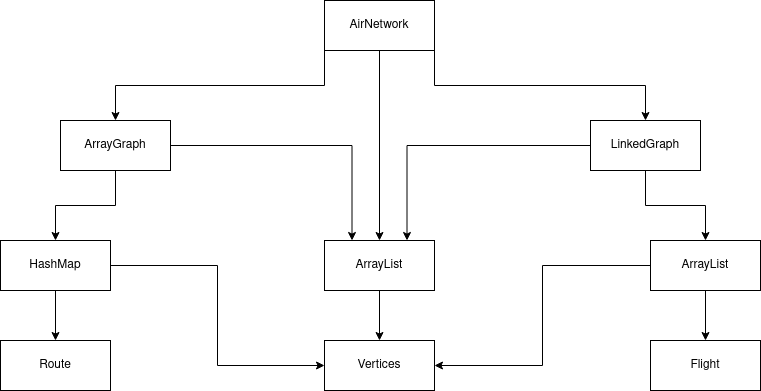
Akles-Camoleze/airport keeps this draw.io diagram as diagram.png. Above is the earlier version. Source tidied: cells renumbered, new cells last; positions are measured from the earlier drawing's top-left corner, leaving out a move shared by most shapes.
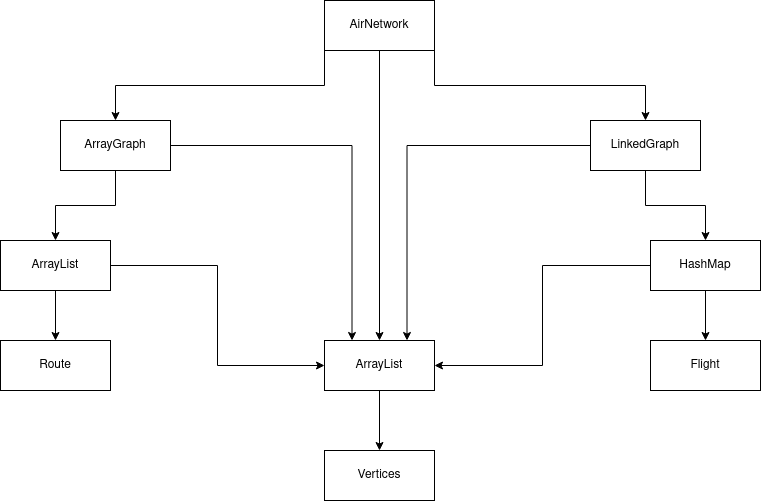
The same diagram one commit later.

What changed in the source:
```diff
@@ -35,23 +35,23 @@
     <mxCell id="12" style="edgeStyle=orthogonalEdgeStyle;rounded=0;jettySize=auto;html=1;exitX=0.5;exitY=1;exitDx=0;exitDy=0;entryX=0.5;entryY=0;entryDx=0;entryDy=0;" parent="1" edge="1" source="14" target="19">
       <mxGeometry relative="1" as="geometry" />
     </mxCell>
-    <mxCell id="13" style="edgeStyle=orthogonalEdgeStyle;rounded=0;jettySize=auto;html=1;entryX=0;entryY=0.5;entryDx=0;entryDy=0;" parent="1" edge="1" source="14" target="18">
+    <mxCell id="13" style="edgeStyle=orthogonalEdgeStyle;rounded=0;jettySize=auto;html=1;entryX=0;entryY=0.5;entryDx=0;entryDy=0;" parent="1" edge="1" source="14" target="22">
       <mxGeometry relative="1" as="geometry" />
     </mxCell>
-    <mxCell id="14" value="HashMap" style="html=1;whiteSpace=wrap;" parent="1" vertex="1">
+    <mxCell id="14" value="ArrayList" style="html=1;whiteSpace=wrap;" parent="1" vertex="1">
       <mxGeometry y="240" width="110" height="50" as="geometry" />
     </mxCell>
     <mxCell id="15" style="edgeStyle=orthogonalEdgeStyle;rounded=0;jettySize=auto;html=1;exitX=0.5;exitY=1;exitDx=0;exitDy=0;entryX=0.5;entryY=0;entryDx=0;entryDy=0;" parent="1" edge="1" source="17" target="20">
       <mxGeometry relative="1" as="geometry" />
     </mxCell>
-    <mxCell id="16" style="edgeStyle=orthogonalEdgeStyle;rounded=0;jettySize=auto;html=1;entryX=1;entryY=0.5;entryDx=0;entryDy=0;" parent="1" edge="1" source="17" target="18">
+    <mxCell id="16" style="edgeStyle=orthogonalEdgeStyle;rounded=0;jettySize=auto;html=1;entryX=1;entryY=0.5;entryDx=0;entryDy=0;" parent="1" edge="1" source="17" target="22">
       <mxGeometry relative="1" as="geometry" />
     </mxCell>
-    <mxCell id="17" value="ArrayList" style="html=1;whiteSpace=wrap;" parent="1" vertex="1">
+    <mxCell id="17" value="HashMap" style="html=1;whiteSpace=wrap;" parent="1" vertex="1">
       <mxGeometry x="650" y="240" width="110" height="50" as="geometry" />
     </mxCell>
     <mxCell id="18" value="Vertices" style="html=1;whiteSpace=wrap;" parent="1" vertex="1">
-      <mxGeometry x="324" y="340" width="110" height="50" as="geometry" />
+      <mxGeometry x="324" y="450" width="110" height="50" as="geometry" />
     </mxCell>
     <mxCell id="19" value="Route" style="html=1;whiteSpace=wrap;" parent="1" vertex="1">
       <mxGeometry y="340" width="110" height="50" as="geometry" />
@@ -63,7 +63,7 @@
       <mxGeometry relative="1" as="geometry" />
     </mxCell>
     <mxCell id="22" value="ArrayList" style="html=1;whiteSpace=wrap;" parent="1" vertex="1">
-      <mxGeometry x="324" y="240" width="110" height="50" as="geometry" />
+      <mxGeometry x="324" y="340" width="110" height="50" as="geometry" />
     </mxCell>
   </root>
 </mxGraphModel>
```
